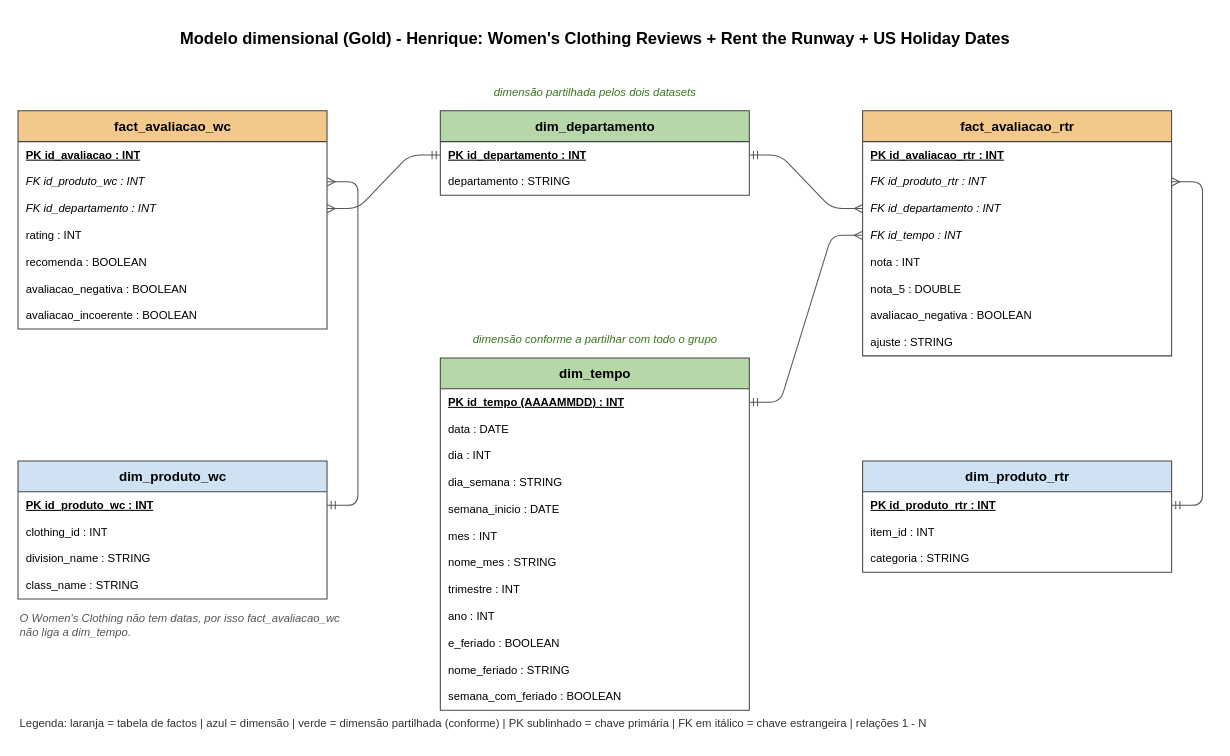
The draw.io diagram modelo/henrique/DER_Henrique.drawio in Henrique2772/edstd-pl3-g3, before the edit. Source tidied: cells renumbered, new cells numbered last; positions are measured from the earlier drawing's top-left corner, leaving out a move shared by most shapes. Both pictures are drawn from the tidied source at 103%, with x=0, y=0 at pixel (18, 18).
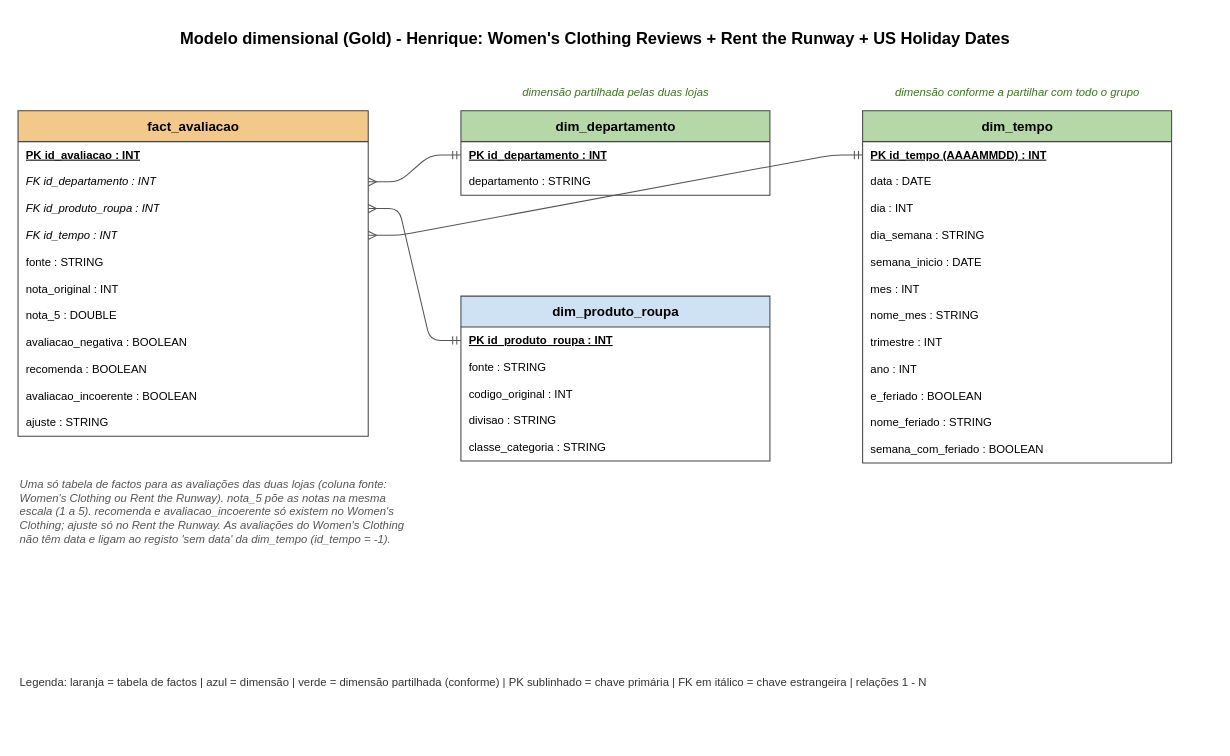
The same page after the edit.

Commit message (it also covers changes not shown here):
Junta as avaliações do Henrique numa só tabela de factos (fact_avaliacao) e numa só dim_produto_roupa

The change refers to these unchanged cells:
```xml
<mxCell id="20" value="PK  id_departamento : INT" style="text;strokeColor=none;fillColor=none;align=left;verticalAlign=middle;spacingLeft=6;spacingRight=4;overflow=hidden;points=[[0,0.5],[1,0.5]];portConstraint=eastwest;fontStyle=5;fontSize=11;html=1;" parent="19" vertex="1">
  <mxGeometry y="30" width="300" height="26" as="geometry" />
</mxCell>
```

The edit, as a diff of the source:
```diff
@@
-    <mxCell id="2" value="fact_avaliacao_wc" style="swimlane;fontStyle=1;horizontal=1;startSize=30;fillColor=#F3C98B;strokeColor=#444444;fontSize=13;html=1;" parent="1" vertex="1">
-      <mxGeometry y="90" width="300" height="212" as="geometry" />
-    </mxCell>
+    <mxCell id="54" value="fact_avaliacao" style="swimlane;fontStyle=1;horizontal=1;startSize=30;fillColor=#F3C98B;strokeColor=#444444;fontSize=13;html=1;" parent="1" vertex="1">
+      <mxGeometry y="90" width="340" height="316" as="geometry" />
+    </mxCell>
-    <mxCell id="3" value="PK  id_avaliacao : INT" style="text;strokeColor=none;fillColor=none;align=left;verticalAlign=middle;spacingLeft=6;spacingRight=4;overflow=hidden;fontStyle=5;fontSize=11;html=1;" parent="2" vertex="1">
-      <mxGeometry y="30" width="300" height="26" as="geometry" />
+    <mxCell id="3" value="PK  id_avaliacao : INT" style="text;strokeColor=none;fillColor=none;align=left;verticalAlign=middle;spacingLeft=6;spacingRight=4;overflow=hidden;fontStyle=5;fontSize=11;html=1;" parent="54" vertex="1">
+      <mxGeometry y="30" width="340" height="26" as="geometry" />
     </mxCell>
-    <mxCell id="4" value="FK  id_produto_wc : INT" style="text;strokeColor=none;fillColor=none;align=left;verticalAlign=middle;spacingLeft=6;spacingRight=4;overflow=hidden;points=[[0,0.5],[1,0.5]];portConstraint=eastwest;fontStyle=2;fontSize=11;html=1;" parent="2" vertex="1">
-      <mxGeometry y="56" width="300" height="26" as="geometry" />
-    </mxCell>
-    <mxCell id="5" value="FK  id_departamento : INT" style="text;strokeColor=none;fillColor=none;align=left;verticalAlign=middle;spacingLeft=6;spacingRight=4;overflow=hidden;points=[[0,0.5],[1,0.5]];portConstraint=eastwest;fontStyle=2;fontSize=11;html=1;" parent="2" vertex="1">
-      <mxGeometry y="82" width="300" height="26" as="geometry" />
-    </mxCell>
-    <mxCell id="6" value="      rating : INT" style="text;strokeColor=none;fillColor=none;align=left;verticalAlign=middle;spacingLeft=6;spacingRight=4;overflow=hidden;fontSize=11;html=1;" parent="2" vertex="1">
-      <mxGeometry y="108" width="300" height="26" as="geometry" />
-    </mxCell>
+    <mxCell id="55" value="FK  id_departamento : INT" style="text;strokeColor=none;fillColor=none;align=left;verticalAlign=middle;spacingLeft=6;spacingRight=4;overflow=hidden;points=[[0,0.5],[1,0.5]];portConstraint=eastwest;fontStyle=2;fontSize=11;html=1;" parent="54" vertex="1">
+      <mxGeometry y="56" width="340" height="26" as="geometry" />
+    </mxCell>
+    <mxCell id="56" value="FK  id_produto_roupa : INT" style="text;strokeColor=none;fillColor=none;align=left;verticalAlign=middle;spacingLeft=6;spacingRight=4;overflow=hidden;points=[[0,0.5],[1,0.5]];portConstraint=eastwest;fontStyle=2;fontSize=11;html=1;" parent="54" vertex="1">
+      <mxGeometry y="82" width="340" height="26" as="geometry" />
+    </mxCell>
+    <mxCell id="14" value="FK  id_tempo : INT" style="text;strokeColor=none;fillColor=none;align=left;verticalAlign=middle;spacingLeft=6;spacingRight=4;overflow=hidden;points=[[0,0.5],[1,0.5]];portConstraint=eastwest;fontStyle=2;fontSize=11;html=1;" parent="54" vertex="1">
+      <mxGeometry y="108" width="340" height="26" as="geometry" />
+    </mxCell>
+    <mxCell id="57" value="      fonte : STRING" style="text;strokeColor=none;fillColor=none;align=left;verticalAlign=middle;spacingLeft=6;spacingRight=4;overflow=hidden;fontSize=11;html=1;" parent="54" vertex="1">
+      <mxGeometry y="134" width="340" height="26" as="geometry" />
+    </mxCell>
+    <mxCell id="58" value="      nota_original : INT" style="text;strokeColor=none;fillColor=none;align=left;verticalAlign=middle;spacingLeft=6;spacingRight=4;overflow=hidden;fontSize=11;html=1;" parent="54" vertex="1">
+      <mxGeometry y="160" width="340" height="26" as="geometry" />
+    </mxCell>
+    <mxCell id="16" value="      nota_5 : DOUBLE" style="text;strokeColor=none;fillColor=none;align=left;verticalAlign=middle;spacingLeft=6;spacingRight=4;overflow=hidden;fontSize=11;html=1;" parent="54" vertex="1">
+      <mxGeometry y="186" width="340" height="26" as="geometry" />
+    </mxCell>
+    <mxCell id="59" value="      avaliacao_negativa : BOOLEAN" style="text;strokeColor=none;fillColor=none;align=left;verticalAlign=middle;spacingLeft=6;spacingRight=4;overflow=hidden;fontSize=11;html=1;" parent="54" vertex="1">
+      <mxGeometry y="212" width="340" height="26" as="geometry" />
+    </mxCell>
-    <mxCell id="7" value="      recomenda : BOOLEAN" style="text;strokeColor=none;fillColor=none;align=left;verticalAlign=middle;spacingLeft=6;spacingRight=4;overflow=hidden;fontSize=11;html=1;" parent="2" vertex="1">
-      <mxGeometry y="134" width="300" height="26" as="geometry" />
+    <mxCell id="7" value="      recomenda : BOOLEAN" style="text;strokeColor=none;fillColor=none;align=left;verticalAlign=middle;spacingLeft=6;spacingRight=4;overflow=hidden;fontSize=11;html=1;" parent="54" vertex="1">
+      <mxGeometry y="238" width="340" height="26" as="geometry" />
     </mxCell>
-    <mxCell id="8" value="      avaliacao_negativa : BOOLEAN" style="text;strokeColor=none;fillColor=none;align=left;verticalAlign=middle;spacingLeft=6;spacingRight=4;overflow=hidden;fontSize=11;html=1;" parent="2" vertex="1">
-      <mxGeometry y="160" width="300" height="26" as="geometry" />
-    </mxCell>
-    <mxCell id="9" value="      avaliacao_incoerente : BOOLEAN" style="text;strokeColor=none;fillColor=none;align=left;verticalAlign=middle;spacingLeft=6;spacingRight=4;overflow=hidden;fontSize=11;html=1;" parent="2" vertex="1">
-      <mxGeometry y="186" width="300" height="26" as="geometry" />
+    <mxCell id="9" value="      avaliacao_incoerente : BOOLEAN" style="text;strokeColor=none;fillColor=none;align=left;verticalAlign=middle;spacingLeft=6;spacingRight=4;overflow=hidden;fontSize=11;html=1;" parent="54" vertex="1">
+      <mxGeometry y="264" width="340" height="26" as="geometry" />
     </mxCell>
-    <mxCell id="10" value="fact_avaliacao_rtr" style="swimlane;fontStyle=1;horizontal=1;startSize=30;fillColor=#F3C98B;strokeColor=#444444;fontSize=13;html=1;" parent="1" vertex="1">
-      <mxGeometry x="820" y="90" width="300" height="238" as="geometry" />
-    </mxCell>
-    <mxCell id="11" value="PK  id_avaliacao_rtr : INT" style="text;strokeColor=none;fillColor=none;align=left;verticalAlign=middle;spacingLeft=6;spacingRight=4;overflow=hidden;fontStyle=5;fontSize=11;html=1;" parent="10" vertex="1">
-      <mxGeometry y="30" width="300" height="26" as="geometry" />
-    </mxCell>
-    <mxCell id="12" value="FK  id_produto_rtr : INT" style="text;strokeColor=none;fillColor=none;align=left;verticalAlign=middle;spacingLeft=6;spacingRight=4;overflow=hidden;points=[[0,0.5],[1,0.5]];portConstraint=eastwest;fontStyle=2;fontSize=11;html=1;" parent="10" vertex="1">
-      <mxGeometry y="56" width="300" height="26" as="geometry" />
-    </mxCell>
-    <mxCell id="13" value="FK  id_departamento : INT" style="text;strokeColor=none;fillColor=none;align=left;verticalAlign=middle;spacingLeft=6;spacingRight=4;overflow=hidden;points=[[0,0.5],[1,0.5]];portConstraint=eastwest;fontStyle=2;fontSize=11;html=1;" parent="10" vertex="1">
-      <mxGeometry y="82" width="300" height="26" as="geometry" />
-    </mxCell>
-    <mxCell id="14" value="FK  id_tempo : INT" style="text;strokeColor=none;fillColor=none;align=left;verticalAlign=middle;spacingLeft=6;spacingRight=4;overflow=hidden;points=[[0,0.5],[1,0.5]];portConstraint=eastwest;fontStyle=2;fontSize=11;html=1;" parent="10" vertex="1">
-      <mxGeometry y="108" width="300" height="26" as="geometry" />
-    </mxCell>
-    <mxCell id="15" value="      nota : INT" style="text;strokeColor=none;fillColor=none;align=left;verticalAlign=middle;spacingLeft=6;spacingRight=4;overflow=hidden;fontSize=11;html=1;" parent="10" vertex="1">
-      <mxGeometry y="134" width="300" height="26" as="geometry" />
-    </mxCell>
-    <mxCell id="16" value="      nota_5 : DOUBLE" style="text;strokeColor=none;fillColor=none;align=left;verticalAlign=middle;spacingLeft=6;spacingRight=4;overflow=hidden;fontSize=11;html=1;" parent="10" vertex="1">
-      <mxGeometry y="160" width="300" height="26" as="geometry" />
-    </mxCell>
-    <mxCell id="17" value="      avaliacao_negativa : BOOLEAN" style="text;strokeColor=none;fillColor=none;align=left;verticalAlign=middle;spacingLeft=6;spacingRight=4;overflow=hidden;fontSize=11;html=1;" parent="10" vertex="1">
-      <mxGeometry y="186" width="300" height="26" as="geometry" />
-    </mxCell>
-    <mxCell id="18" value="      ajuste : STRING" style="text;strokeColor=none;fillColor=none;align=left;verticalAlign=middle;spacingLeft=6;spacingRight=4;overflow=hidden;fontSize=11;html=1;" parent="10" vertex="1">
-      <mxGeometry y="212" width="300" height="26" as="geometry" />
+    <mxCell id="18" value="      ajuste : STRING" style="text;strokeColor=none;fillColor=none;align=left;verticalAlign=middle;spacingLeft=6;spacingRight=4;overflow=hidden;fontSize=11;html=1;" parent="54" vertex="1">
+      <mxGeometry y="290" width="340" height="26" as="geometry" />
     </mxCell>
     <mxCell id="19" value="dim_departamento" style="swimlane;fontStyle=1;horizontal=1;startSize=30;fillColor=#B6D7A8;strokeColor=#444444;fontSize=13;html=1;" parent="1" vertex="1">
-      <mxGeometry x="410" y="90" width="300" height="82" as="geometry" />
+      <mxGeometry x="430" y="90" width="300" height="82" as="geometry" />
     </mxCell>
@@
+    <mxCell id="60" value="dim_produto_roupa" style="swimlane;fontStyle=1;horizontal=1;startSize=30;fillColor=#CFE2F3;strokeColor=#444444;fontSize=13;html=1;" parent="1" vertex="1">
+      <mxGeometry x="430" y="270" width="300" height="160" as="geometry" />
+    </mxCell>
+    <mxCell id="61" value="PK  id_produto_roupa : INT" style="text;strokeColor=none;fillColor=none;align=left;verticalAlign=middle;spacingLeft=6;spacingRight=4;overflow=hidden;points=[[0,0.5],[1,0.5]];portConstraint=eastwest;fontStyle=5;fontSize=11;html=1;" parent="60" vertex="1">
+      <mxGeometry y="30" width="300" height="26" as="geometry" />
+    </mxCell>
+    <mxCell id="62" value="      fonte : STRING" style="text;strokeColor=none;fillColor=none;align=left;verticalAlign=middle;spacingLeft=6;spacingRight=4;overflow=hidden;fontSize=11;html=1;" parent="60" vertex="1">
+      <mxGeometry y="56" width="300" height="26" as="geometry" />
+    </mxCell>
+    <mxCell id="63" value="      codigo_original : INT" style="text;strokeColor=none;fillColor=none;align=left;verticalAlign=middle;spacingLeft=6;spacingRight=4;overflow=hidden;fontSize=11;html=1;" parent="60" vertex="1">
+      <mxGeometry y="82" width="300" height="26" as="geometry" />
+    </mxCell>
+    <mxCell id="64" value="      divisao : STRING" style="text;strokeColor=none;fillColor=none;align=left;verticalAlign=middle;spacingLeft=6;spacingRight=4;overflow=hidden;fontSize=11;html=1;" parent="60" vertex="1">
+      <mxGeometry y="108" width="300" height="26" as="geometry" />
+    </mxCell>
+    <mxCell id="65" value="      classe_categoria : STRING" style="text;strokeColor=none;fillColor=none;align=left;verticalAlign=middle;spacingLeft=6;spacingRight=4;overflow=hidden;fontSize=11;html=1;" parent="60" vertex="1">
+      <mxGeometry y="134" width="300" height="26" as="geometry" />
+    </mxCell>
     <mxCell id="22" value="dim_tempo" style="swimlane;fontStyle=1;horizontal=1;startSize=30;fillColor=#B6D7A8;strokeColor=#444444;fontSize=13;html=1;" parent="1" vertex="1">
-      <mxGeometry x="410" y="330" width="300" height="342" as="geometry" />
+      <mxGeometry x="820" y="90" width="300" height="342" as="geometry" />
     </mxCell>
@@
-    <mxCell id="35" value="dim_produto_wc" style="swimlane;fontStyle=1;horizontal=1;startSize=30;fillColor=#CFE2F3;strokeColor=#444444;fontSize=13;html=1;" parent="1" vertex="1">
-      <mxGeometry y="430" width="300" height="134" as="geometry" />
-    </mxCell>
-    <mxCell id="36" value="PK  id_produto_wc : INT" style="text;strokeColor=none;fillColor=none;align=left;verticalAlign=middle;spacingLeft=6;spacingRight=4;overflow=hidden;points=[[0,0.5],[1,0.5]];portConstraint=eastwest;fontStyle=5;fontSize=11;html=1;" parent="35" vertex="1">
-      <mxGeometry y="30" width="300" height="26" as="geometry" />
-    </mxCell>
-    <mxCell id="37" value="      clothing_id : INT" style="text;strokeColor=none;fillColor=none;align=left;verticalAlign=middle;spacingLeft=6;spacingRight=4;overflow=hidden;fontSize=11;html=1;" parent="35" vertex="1">
-      <mxGeometry y="56" width="300" height="26" as="geometry" />
-    </mxCell>
-    <mxCell id="38" value="      division_name : STRING" style="text;strokeColor=none;fillColor=none;align=left;verticalAlign=middle;spacingLeft=6;spacingRight=4;overflow=hidden;fontSize=11;html=1;" parent="35" vertex="1">
-      <mxGeometry y="82" width="300" height="26" as="geometry" />
-    </mxCell>
-    <mxCell id="39" value="      class_name : STRING" style="text;strokeColor=none;fillColor=none;align=left;verticalAlign=middle;spacingLeft=6;spacingRight=4;overflow=hidden;fontSize=11;html=1;" parent="35" vertex="1">
-      <mxGeometry y="108" width="300" height="26" as="geometry" />
-    </mxCell>
-    <mxCell id="40" value="dim_produto_rtr" style="swimlane;fontStyle=1;horizontal=1;startSize=30;fillColor=#CFE2F3;strokeColor=#444444;fontSize=13;html=1;" parent="1" vertex="1">
-      <mxGeometry x="820" y="430" width="300" height="108" as="geometry" />
-    </mxCell>
-    <mxCell id="41" value="PK  id_produto_rtr : INT" style="text;strokeColor=none;fillColor=none;align=left;verticalAlign=middle;spacingLeft=6;spacingRight=4;overflow=hidden;points=[[0,0.5],[1,0.5]];portConstraint=eastwest;fontStyle=5;fontSize=11;html=1;" parent="40" vertex="1">
-      <mxGeometry y="30" width="300" height="26" as="geometry" />
-    </mxCell>
-    <mxCell id="42" value="      item_id : INT" style="text;strokeColor=none;fillColor=none;align=left;verticalAlign=middle;spacingLeft=6;spacingRight=4;overflow=hidden;fontSize=11;html=1;" parent="40" vertex="1">
-      <mxGeometry y="56" width="300" height="26" as="geometry" />
-    </mxCell>
-    <mxCell id="43" value="      categoria : STRING" style="text;strokeColor=none;fillColor=none;align=left;verticalAlign=middle;spacingLeft=6;spacingRight=4;overflow=hidden;fontSize=11;html=1;" parent="40" vertex="1">
-      <mxGeometry y="82" width="300" height="26" as="geometry" />
-    </mxCell>
-    <mxCell id="44" style="edgeStyle=entityRelationEdgeStyle;fontSize=12;html=1;endArrow=ERmandOne;startArrow=ERmany;endFill=0;startFill=0;strokeColor=#555555;" parent="1" edge="1" source="5" target="20">
+    <mxCell id="44" style="edgeStyle=entityRelationEdgeStyle;fontSize=12;html=1;endArrow=ERmandOne;startArrow=ERmany;endFill=0;startFill=0;strokeColor=#555555;" parent="1" edge="1" source="55" target="20">
       <mxGeometry relative="1" as="geometry" />
     </mxCell>
-    <mxCell id="45" style="edgeStyle=entityRelationEdgeStyle;fontSize=12;html=1;endArrow=ERmandOne;startArrow=ERmany;endFill=0;startFill=0;strokeColor=#555555;" parent="1" edge="1" source="13" target="20">
+    <mxCell id="45" style="edgeStyle=entityRelationEdgeStyle;fontSize=12;html=1;endArrow=ERmandOne;startArrow=ERmany;endFill=0;startFill=0;strokeColor=#555555;" parent="1" edge="1" source="56" target="61">
       <mxGeometry relative="1" as="geometry" />
     </mxCell>
@@
-    <mxCell id="47" style="edgeStyle=entityRelationEdgeStyle;fontSize=12;html=1;endArrow=ERmandOne;startArrow=ERmany;endFill=0;startFill=0;strokeColor=#555555;" parent="1" edge="1" source="4" target="36">
-      <mxGeometry relative="1" as="geometry" />
-    </mxCell>
-    <mxCell id="48" style="edgeStyle=entityRelationEdgeStyle;fontSize=12;html=1;endArrow=ERmandOne;startArrow=ERmany;endFill=0;startFill=0;strokeColor=#555555;" parent="1" edge="1" source="12" target="41">
-      <mxGeometry relative="1" as="geometry" />
-    </mxCell>
@@
-    <mxCell id="50" value="dimensão partilhada pelos dois datasets" style="text;html=1;align=center;verticalAlign=middle;fontStyle=2;fontColor=#38761D;fontSize=11;" parent="1" vertex="1">
-      <mxGeometry x="410" y="60" width="300" height="24" as="geometry" />
+    <mxCell id="50" value="dimensão partilhada pelas duas lojas" style="text;html=1;align=center;verticalAlign=middle;fontStyle=2;fontColor=#38761D;fontSize=11;" parent="1" vertex="1">
+      <mxGeometry x="430" y="60" width="300" height="24" as="geometry" />
     </mxCell>
     <mxCell id="51" value="dimensão conforme a partilhar com todo o grupo" style="text;html=1;align=center;verticalAlign=middle;fontStyle=2;fontColor=#38761D;fontSize=11;" parent="1" vertex="1">
-      <mxGeometry x="410" y="300" width="300" height="24" as="geometry" />
+      <mxGeometry x="820" y="60" width="300" height="24" as="geometry" />
     </mxCell>
-    <mxCell id="52" value="O Women's Clothing não tem datas, por isso fact_avaliacao_wc não liga a dim_tempo." style="text;html=1;align=left;verticalAlign=top;whiteSpace=wrap;fontStyle=2;fontColor=#555555;fontSize=11;" parent="1" vertex="1">
-      <mxGeometry y="570" width="330" height="40" as="geometry" />
+    <mxCell id="52" value="Uma só tabela de factos para as avaliações das duas lojas (coluna fonte: Women's Clothing ou Rent the Runway). nota_5 põe as notas na mesma escala (1 a 5). recomenda e avaliacao_incoerente só existem no Women's Clothing; ajuste só no Rent the Runway. As avaliações do Women's Clothing não têm data e ligam ao registo 'sem data' da dim_tempo (id_tempo = -1)." style="text;html=1;align=left;verticalAlign=top;whiteSpace=wrap;fontStyle=2;fontColor=#555555;fontSize=11;" parent="1" vertex="1">
+      <mxGeometry y="440" width="380" height="170" as="geometry" />
     </mxCell>
     <mxCell id="53" value="Legenda: laranja = tabela de factos | azul = dimensão | verde = dimensão partilhada (conforme) | PK sublinhado = chave primária | FK em itálico = chave estrangeira | relações 1 - N" style="text;html=1;align=left;verticalAlign=middle;fontSize=11;fontColor=#333333;" parent="1" vertex="1">
-      <mxGeometry y="670" width="1120" height="30" as="geometry" />
+      <mxGeometry y="630" width="1120" height="30" as="geometry" />
     </mxCell>
```
